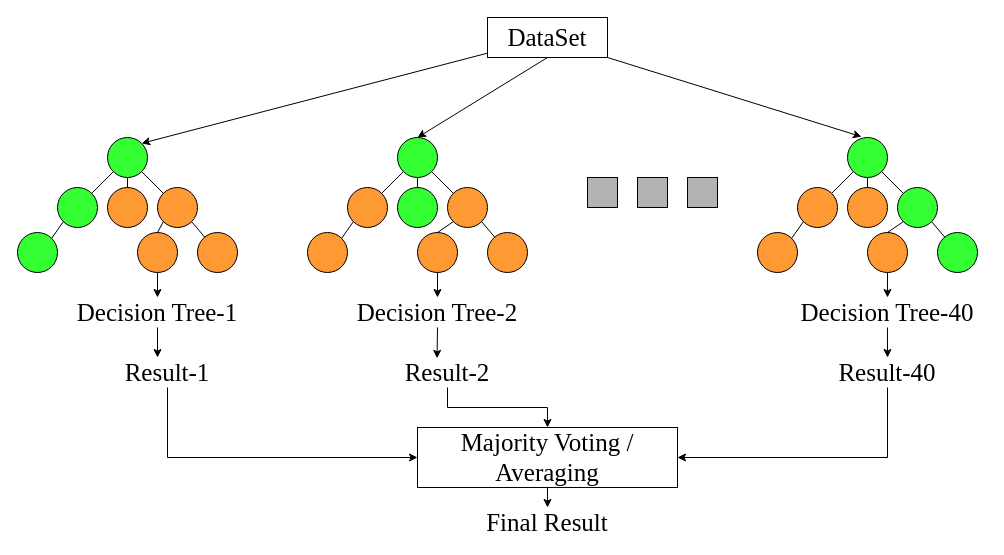
Lu-Ming-Song/C keeps this draw.io diagram as RF.drawio. Above is the earlier version. Source tidied: cells renumbered, new cells numbered last; positions are measured from the earlier drawing's top-left corner, leaving out a move shared by most shapes. Both pictures are drawn from the tidied source at 100%, with x=0, y=0 at pixel (17, 17).
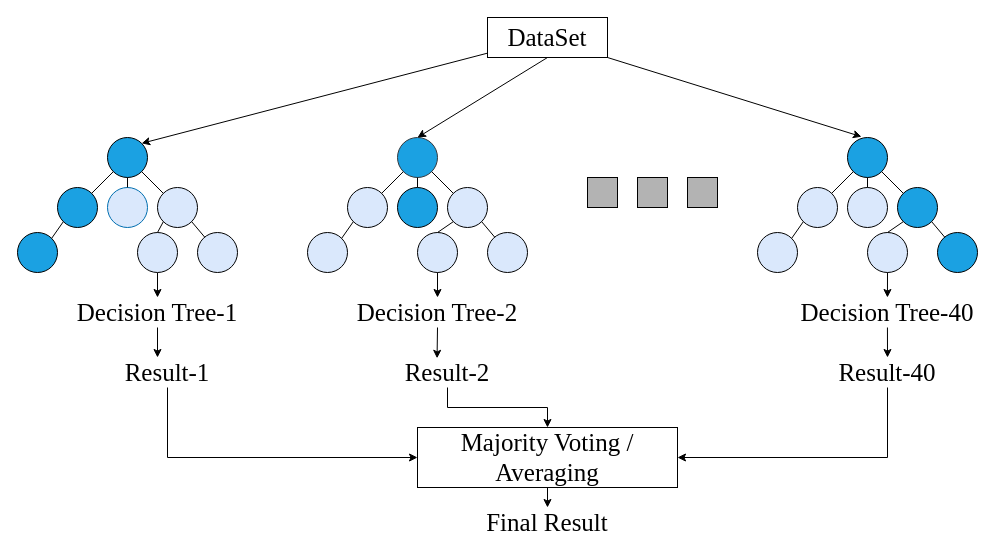
The same page after the edit.

Change to the diagram source:
```diff
@@
-    <mxCell id="2" style="ellipse;whiteSpace=wrap;html=1;fillColor=#33FF33;" parent="1" vertex="1">
+    <mxCell id="2" style="ellipse;whiteSpace=wrap;html=1;fillColor=#1BA1E2;" parent="1" vertex="1">
       <mxGeometry x="90" y="120" width="40" height="40" as="geometry" />
     </mxCell>
-    <mxCell id="3" style="ellipse;whiteSpace=wrap;html=1;fillColor=#33FF33;" parent="1" vertex="1">
+    <mxCell id="3" style="ellipse;whiteSpace=wrap;html=1;fillColor=#1BA1E2;" parent="1" vertex="1">
       <mxGeometry x="40" y="170" width="40" height="40" as="geometry" />
     </mxCell>
-    <mxCell id="4" style="ellipse;whiteSpace=wrap;html=1;fillColor=#FF9933;" parent="1" vertex="1">
+    <mxCell id="4" style="ellipse;whiteSpace=wrap;html=1;fillColor=#DAE8FC;" parent="1" vertex="1">
       <mxGeometry x="140" y="170" width="40" height="40" as="geometry" />
     </mxCell>
-    <mxCell id="5" style="ellipse;whiteSpace=wrap;html=1;fillColor=#33FF33;" parent="1" vertex="1">
+    <mxCell id="5" style="ellipse;whiteSpace=wrap;html=1;fillColor=#1BA1E2;" parent="1" vertex="1">
       <mxGeometry y="215" width="40" height="40" as="geometry" />
     </mxCell>
-    <mxCell id="6" style="ellipse;whiteSpace=wrap;html=1;fillColor=#FF9933;" parent="1" vertex="1">
+    <mxCell id="6" style="ellipse;whiteSpace=wrap;html=1;fillColor=#DAE8FC;" parent="1" vertex="1">
       <mxGeometry x="180" y="215" width="40" height="40" as="geometry" />
     </mxCell>
@@
-    <mxCell id="16" style="ellipse;whiteSpace=wrap;html=1;fillColor=#FF9933;" parent="1" vertex="1">
+    <mxCell id="16" style="ellipse;whiteSpace=wrap;html=1;fillColor=#DAE8FC;fontColor=#ffffff;strokeColor=#006EAF;" parent="1" vertex="1">
       <mxGeometry x="90" y="170" width="40" height="40" as="geometry" />
     </mxCell>
@@
-    <mxCell id="18" style="ellipse;whiteSpace=wrap;html=1;fillColor=#33FF33;" parent="1" vertex="1">
+    <mxCell id="18" style="ellipse;whiteSpace=wrap;html=1;fillColor=#1BA1E2;strokeColor=#36393d;" parent="1" vertex="1">
       <mxGeometry x="380" y="120" width="40" height="40" as="geometry" />
     </mxCell>
-    <mxCell id="19" style="ellipse;whiteSpace=wrap;html=1;fillColor=#FF9933;" parent="1" vertex="1">
+    <mxCell id="19" style="ellipse;whiteSpace=wrap;html=1;fillColor=#DAE8FC;" parent="1" vertex="1">
       <mxGeometry x="330" y="170" width="40" height="40" as="geometry" />
     </mxCell>
-    <mxCell id="20" style="ellipse;whiteSpace=wrap;html=1;fillColor=#FF9933;" parent="1" vertex="1">
+    <mxCell id="20" style="ellipse;whiteSpace=wrap;html=1;fillColor=#DAE8FC;" parent="1" vertex="1">
       <mxGeometry x="430" y="170" width="40" height="40" as="geometry" />
     </mxCell>
-    <mxCell id="21" style="ellipse;whiteSpace=wrap;html=1;fillColor=#FF9933;" parent="1" vertex="1">
+    <mxCell id="21" style="ellipse;whiteSpace=wrap;html=1;fillColor=#DAE8FC;" parent="1" vertex="1">
       <mxGeometry x="290" y="215" width="40" height="40" as="geometry" />
     </mxCell>
-    <mxCell id="22" style="ellipse;whiteSpace=wrap;html=1;fillColor=#FF9933;" parent="1" vertex="1">
+    <mxCell id="22" style="ellipse;whiteSpace=wrap;html=1;fillColor=#DAE8FC;" parent="1" vertex="1">
       <mxGeometry x="470" y="215" width="40" height="40" as="geometry" />
     </mxCell>
@@
-    <mxCell id="27" style="ellipse;whiteSpace=wrap;html=1;fillColor=#33FF33;" parent="1" vertex="1">
+    <mxCell id="27" style="ellipse;whiteSpace=wrap;html=1;fillColor=#1BA1E2;" parent="1" vertex="1">
       <mxGeometry x="380" y="170" width="40" height="40" as="geometry" />
     </mxCell>
@@
-    <mxCell id="29" style="ellipse;whiteSpace=wrap;html=1;fillColor=#33FF33;" parent="1" vertex="1">
+    <mxCell id="29" style="ellipse;whiteSpace=wrap;html=1;fillColor=#1BA1E2;" parent="1" vertex="1">
       <mxGeometry x="830" y="120" width="40" height="40" as="geometry" />
     </mxCell>
-    <mxCell id="30" style="ellipse;whiteSpace=wrap;html=1;fillColor=#FF9933;" parent="1" vertex="1">
+    <mxCell id="30" style="ellipse;whiteSpace=wrap;html=1;fillColor=#DAE8FC;" parent="1" vertex="1">
       <mxGeometry x="780" y="170" width="40" height="40" as="geometry" />
     </mxCell>
-    <mxCell id="31" style="ellipse;whiteSpace=wrap;html=1;fillColor=#33FF33;" parent="1" vertex="1">
+    <mxCell id="31" style="ellipse;whiteSpace=wrap;html=1;fillColor=#1BA1E2;" parent="1" vertex="1">
       <mxGeometry x="880" y="170" width="40" height="40" as="geometry" />
     </mxCell>
-    <mxCell id="32" style="ellipse;whiteSpace=wrap;html=1;fillColor=#FF9933;" parent="1" vertex="1">
+    <mxCell id="32" style="ellipse;whiteSpace=wrap;html=1;fillColor=#DAE8FC;" parent="1" vertex="1">
       <mxGeometry x="740" y="215" width="40" height="40" as="geometry" />
     </mxCell>
-    <mxCell id="33" style="ellipse;whiteSpace=wrap;html=1;fillColor=#33FF33;" parent="1" vertex="1">
+    <mxCell id="33" style="ellipse;whiteSpace=wrap;html=1;fillColor=#1BA1E2;" parent="1" vertex="1">
       <mxGeometry x="920" y="215" width="40" height="40" as="geometry" />
     </mxCell>
@@
-    <mxCell id="38" style="ellipse;whiteSpace=wrap;html=1;fillColor=#FF9933;" parent="1" vertex="1">
+    <mxCell id="38" style="ellipse;whiteSpace=wrap;html=1;fillColor=#DAE8FC;" parent="1" vertex="1">
       <mxGeometry x="830" y="170" width="40" height="40" as="geometry" />
     </mxCell>
@@
-    <mxCell id="42" style="ellipse;whiteSpace=wrap;html=1;fillColor=#FF9933;" parent="1" vertex="1">
+    <mxCell id="42" style="ellipse;whiteSpace=wrap;html=1;fillColor=#DAE8FC;" parent="1" vertex="1">
       <mxGeometry x="400" y="215" width="40" height="40" as="geometry" />
     </mxCell>
@@
-    <mxCell id="44" style="ellipse;whiteSpace=wrap;html=1;fillColor=#FF9933;" parent="1" vertex="1">
+    <mxCell id="44" style="ellipse;whiteSpace=wrap;html=1;fillColor=#DAE8FC;" parent="1" vertex="1">
       <mxGeometry x="120" y="215" width="40" height="40" as="geometry" />
     </mxCell>
@@
-    <mxCell id="46" style="ellipse;whiteSpace=wrap;html=1;fillColor=#FF9933;" parent="1" vertex="1">
+    <mxCell id="46" style="ellipse;whiteSpace=wrap;html=1;fillColor=#DAE8FC;" parent="1" vertex="1">
       <mxGeometry x="850" y="215" width="40" height="40" as="geometry" />
     </mxCell>
```
